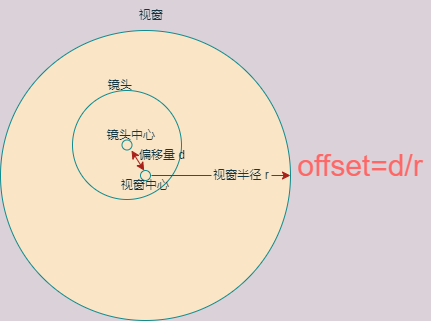
Earlier version of the draw.io export 偏移计算方式.drawio.png (Linranran/my_images). Source tidied: cells renumbered, new cells last; positions are measured from the earlier drawing's top-left corner, leaving out a move shared by most shapes. The source it was exported from:
```xml
<mxGraphModel background="#DAD2D8">
  <root>
    <mxCell id="0" />
    <mxCell id="1" parent="0" />
    <mxCell id="2" style="ellipse;whiteSpace=wrap;html=1;fillColor=#FAE5C7;strokeColor=#0F8B8D;fontColor=#143642;" parent="1" vertex="1">
      <mxGeometry y="30" width="290" height="290" as="geometry" />
    </mxCell>
    <mxCell id="3" style="ellipse;whiteSpace=wrap;html=1;shadow=0;fillColor=#FAE5C7;strokeColor=#0F8B8D;fontColor=#143642;" parent="1" vertex="1">
      <mxGeometry x="72" y="90" width="109" height="109" as="geometry" />
    </mxCell>
    <mxCell id="4" style="endArrow=classic;html=1;rounded=0;labelBackgroundColor=#DAD2D8;strokeColor=#A8201A;fontColor=#143642;startArrow=none;" parent="1" edge="1" source="13" target="2">
      <mxGeometry relative="1" as="geometry" />
    </mxCell>
    <mxCell id="5" value="视窗" style="text;html=1;strokeColor=none;fillColor=none;align=center;verticalAlign=middle;whiteSpace=wrap;rounded=0;fontColor=#143642;" parent="1" vertex="1">
      <mxGeometry x="121" width="60" height="30" as="geometry" />
    </mxCell>
    <mxCell id="6" style="ellipse;whiteSpace=wrap;html=1;rotation=30;fillColor=#FAE5C7;strokeColor=#0F8B8D;fontColor=#143642;" parent="1" vertex="1">
      <mxGeometry x="140" y="170" width="10" height="10" as="geometry" />
    </mxCell>
    <mxCell id="7" value="视窗中心" style="text;html=1;strokeColor=none;fillColor=none;align=center;verticalAlign=middle;whiteSpace=wrap;rounded=0;fontColor=#143642;" parent="1" vertex="1">
      <mxGeometry x="115" y="170" width="60" height="30" as="geometry" />
    </mxCell>
    <mxCell id="8" style="ellipse;whiteSpace=wrap;html=1;shadow=0;fillColor=#FAE5C7;strokeColor=#0F8B8D;fontColor=#143642;" parent="1" vertex="1">
      <mxGeometry x="121.5" y="139.5" width="10" height="10" as="geometry" />
    </mxCell>
    <mxCell id="9" value="镜头中心" style="text;html=1;strokeColor=none;fillColor=none;align=center;verticalAlign=middle;whiteSpace=wrap;rounded=0;fontColor=#143642;" parent="1" vertex="1">
      <mxGeometry x="101" y="119.5" width="60" height="30" as="geometry" />
    </mxCell>
    <mxCell id="10" style="endArrow=classic;startArrow=classic;html=1;rounded=0;entryX=0;entryY=0;entryDx=0;entryDy=0;labelBackgroundColor=#DAD2D8;strokeColor=#A8201A;fontColor=#143642;" parent="1" edge="1" target="6">
      <mxGeometry relative="1" as="geometry">
        <mxPoint x="131" y="150" as="sourcePoint" />
      </mxGeometry>
    </mxCell>
    <mxCell id="11" value="偏移量 d" style="text;html=1;strokeColor=none;fillColor=none;align=center;verticalAlign=middle;whiteSpace=wrap;rounded=0;fontColor=#143642;" parent="1" vertex="1">
      <mxGeometry x="131.5" y="139.5" width="60" height="30" as="geometry" />
    </mxCell>
    <mxCell id="12" value="镜头" style="text;html=1;strokeColor=none;fillColor=none;align=center;verticalAlign=middle;whiteSpace=wrap;rounded=0;fontColor=#143642;" parent="1" vertex="1">
      <mxGeometry x="90" y="70" width="60" height="30" as="geometry" />
    </mxCell>
    <mxCell id="13" value="视窗半径 r" style="text;html=1;strokeColor=none;fillColor=none;align=center;verticalAlign=middle;whiteSpace=wrap;rounded=0;fontColor=#143642;" parent="1" vertex="1">
      <mxGeometry x="211" y="160" width="60" height="30" as="geometry" />
    </mxCell>
    <mxCell id="14" style="endArrow=none;html=1;rounded=0;labelBackgroundColor=#DAD2D8;strokeColor=#A8201A;fontColor=#143642;" parent="1" edge="1" target="13">
      <mxGeometry relative="1" as="geometry">
        <mxPoint x="151" y="175" as="sourcePoint" />
      </mxGeometry>
    </mxCell>
    <mxCell id="15" value="&lt;font style=&quot;font-size: 30px&quot;&gt;offset=d/r&lt;/font&gt;" style="text;html=1;strokeColor=none;fillColor=none;align=center;verticalAlign=middle;whiteSpace=wrap;rounded=0;sketch=0;fontColor=#FF6666;" parent="1" vertex="1">
      <mxGeometry x="290" y="130" width="140" height="70" as="geometry" />
    </mxCell>
  </root>
</mxGraphModel>
```
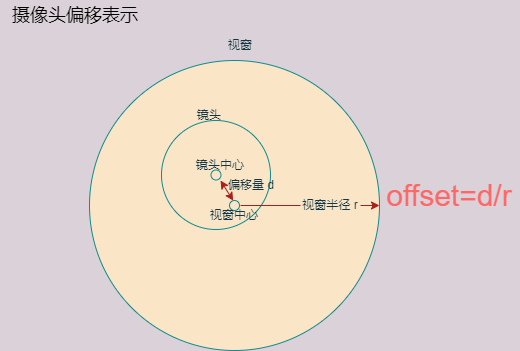
Later version of the same file.

Commit message:
Update 偏移计算方式.drawio.png

What changed in the source:
```diff
@@ -48,5 +48,8 @@
     <mxCell id="15" value="&lt;font style=&quot;font-size: 30px&quot;&gt;offset=d/r&lt;/font&gt;" style="text;html=1;strokeColor=none;fillColor=none;align=center;verticalAlign=middle;whiteSpace=wrap;rounded=0;sketch=0;fontColor=#FF6666;" parent="1" vertex="1">
       <mxGeometry x="290" y="130" width="140" height="70" as="geometry" />
     </mxCell>
+    <mxCell id="16" value="&lt;font style=&quot;font-size: 18px&quot;&gt;摄像头偏移表示&lt;/font&gt;" style="text;html=1;strokeColor=none;fillColor=none;align=center;verticalAlign=middle;whiteSpace=wrap;rounded=0;" parent="1" vertex="1">
+      <mxGeometry x="-89" y="-30" width="150" height="30" as="geometry" />
+    </mxCell>
   </root>
 </mxGraphModel>
```
